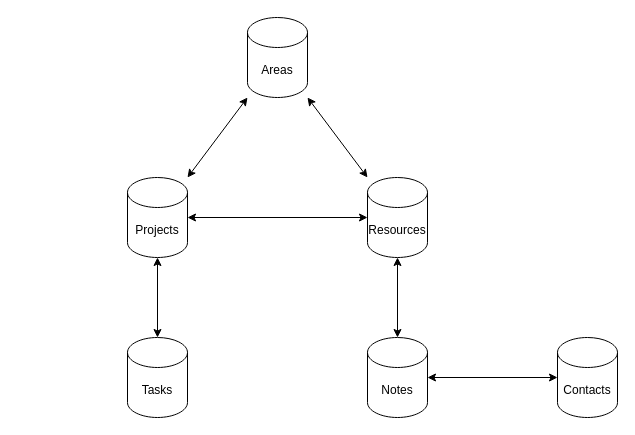
Above: Second Brain.drawio in tomboo/diagrams (draw.io), before the change. Source tidied: cells renumbered, new cells numbered last; positions are measured from the earlier drawing's top-left corner, leaving out a move shared by most shapes. Both pictures are drawn from the tidied source at 100%, with x=0, y=0 at pixel (127, 17).
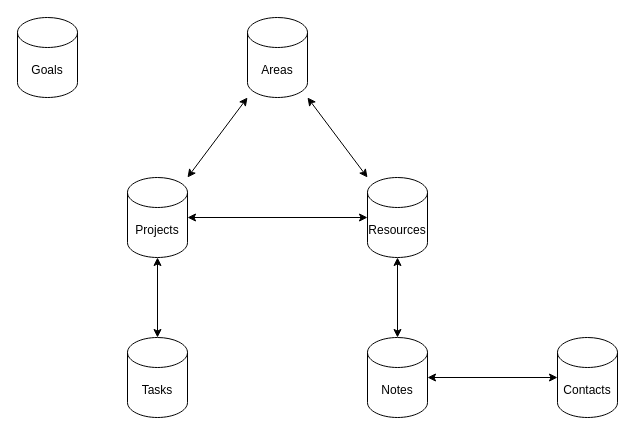
Above is the later version.

Diff of the diagram source:
```diff
@@
 <mxGraphModel>
   <root>
     <mxCell id="0" />
     <mxCell id="1" parent="0" />
     <mxCell id="2" value="Areas" style="shape=cylinder3;whiteSpace=wrap;html=1;boundedLbl=1;backgroundOutline=1;size=15;" parent="1" vertex="1">
       <mxGeometry x="120" width="60" height="80" as="geometry" />
     </mxCell>
     <mxCell id="3" value="Projects" style="shape=cylinder3;whiteSpace=wrap;html=1;boundedLbl=1;backgroundOutline=1;size=15;" parent="1" vertex="1">
       <mxGeometry y="160" width="60" height="80" as="geometry" />
     </mxCell>
     <mxCell id="4" value="Tasks" style="shape=cylinder3;whiteSpace=wrap;html=1;boundedLbl=1;backgroundOutline=1;size=15;" parent="1" vertex="1">
       <mxGeometry y="320" width="60" height="80" as="geometry" />
     </mxCell>
     <mxCell id="5" style="endArrow=classic;startArrow=classic;html=1;rounded=0;" parent="1" edge="1" source="4" target="3">
       <mxGeometry relative="1" as="geometry" />
     </mxCell>
     <mxCell id="6" style="endArrow=classic;startArrow=classic;html=1;rounded=0;" parent="1" edge="1" source="3" target="2">
       <mxGeometry relative="1" as="geometry" />
     </mxCell>
     <mxCell id="7" value="Resources" style="shape=cylinder3;whiteSpace=wrap;html=1;boundedLbl=1;backgroundOutline=1;size=15;" parent="1" vertex="1">
       <mxGeometry x="240" y="160" width="60" height="80" as="geometry" />
     </mxCell>
     <mxCell id="8" style="endArrow=classic;startArrow=classic;html=1;rounded=0;" parent="1" edge="1" source="7" target="2">
       <mxGeometry relative="1" as="geometry" />
     </mxCell>
     <mxCell id="9" value="Notes" style="shape=cylinder3;whiteSpace=wrap;html=1;boundedLbl=1;backgroundOutline=1;size=15;" parent="1" vertex="1">
       <mxGeometry x="240" y="320" width="60" height="80" as="geometry" />
     </mxCell>
     <mxCell id="10" style="endArrow=classic;startArrow=classic;html=1;rounded=0;" parent="1" edge="1" source="9" target="7">
       <mxGeometry relative="1" as="geometry" />
     </mxCell>
     <mxCell id="11" style="endArrow=classic;startArrow=classic;html=1;rounded=0;" parent="1" edge="1" source="3" target="7">
       <mxGeometry relative="1" as="geometry" />
     </mxCell>
     <mxCell id="12" value="Contacts" style="shape=cylinder3;whiteSpace=wrap;html=1;boundedLbl=1;backgroundOutline=1;size=15;" parent="1" vertex="1">
       <mxGeometry x="430" y="320" width="60" height="80" as="geometry" />
     </mxCell>
     <mxCell id="13" style="endArrow=classic;startArrow=classic;html=1;rounded=0;" parent="1" edge="1" source="9" target="12">
       <mxGeometry relative="1" as="geometry" />
     </mxCell>
+    <mxCell id="14" value="Goals" style="shape=cylinder3;whiteSpace=wrap;html=1;boundedLbl=1;backgroundOutline=1;size=15;" parent="1" vertex="1">
+      <mxGeometry x="-110" width="60" height="80" as="geometry" />
+    </mxCell>
   </root>
 </mxGraphModel>
```
